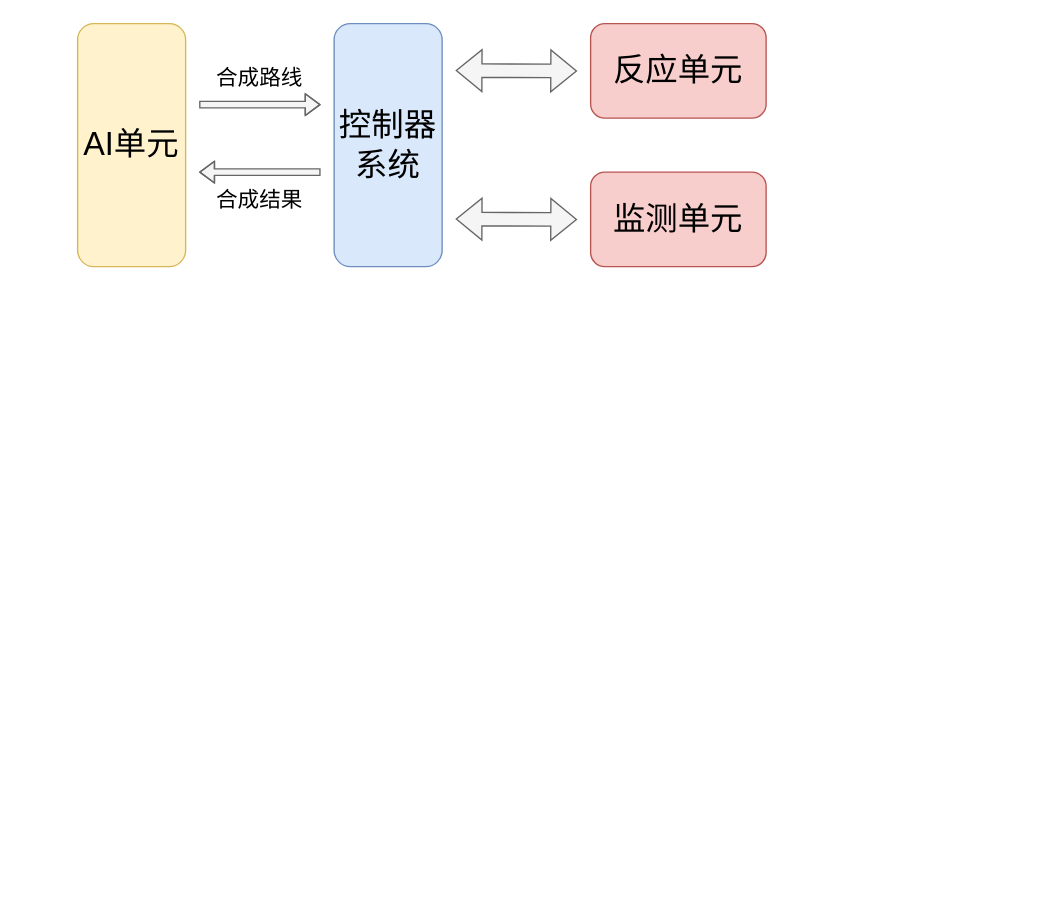
This is 第三章绘图.drawio from madao101/draw, a draw.io file, before an edit. Source tidied: cells renumbered, new cells numbered last; positions are measured from the earlier drawing's top-left corner, leaving out a move shared by most shapes. Both pictures are drawn from the tidied source at 135%, with x=0, y=0 at pixel (77, 23).
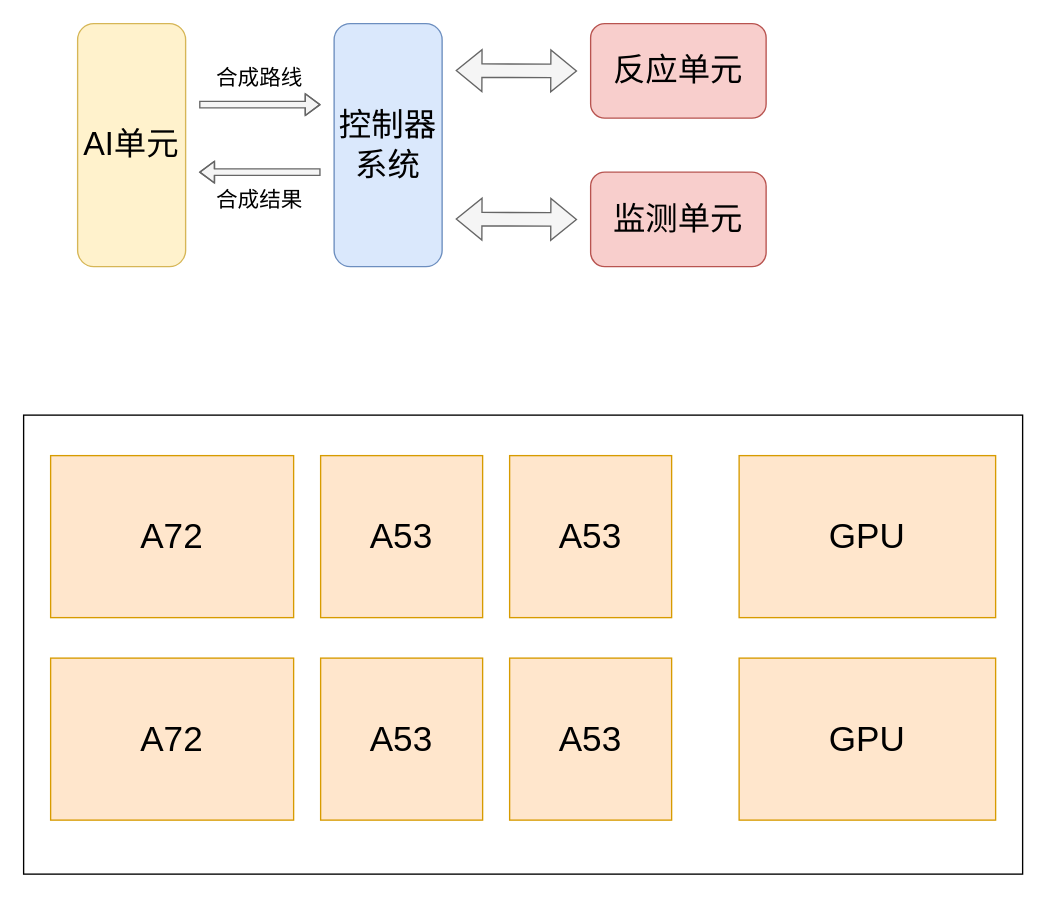
Above is the later version.

Commit message:
更新第三章绘图.drawio

What changed in the source:
```diff
@@
+    <mxCell id="12" style="rounded=0;whiteSpace=wrap;html=1;" parent="1" vertex="1">
+      <mxGeometry x="-40" y="290" width="740" height="340" as="geometry" />
+    </mxCell>
+    <mxCell id="13" value="&lt;font style=&quot;font-size: 26px;&quot;&gt;A72&lt;/font&gt;" style="rounded=0;whiteSpace=wrap;html=1;fillColor=#ffe6cc;strokeColor=#d79b00;" parent="1" vertex="1">
+      <mxGeometry x="-20" y="320" width="180" height="120" as="geometry" />
+    </mxCell>
+    <mxCell id="14" value="&lt;font style=&quot;font-size: 26px;&quot;&gt;A72&lt;/font&gt;" style="rounded=0;whiteSpace=wrap;html=1;fillColor=#ffe6cc;strokeColor=#d79b00;" parent="1" vertex="1">
+      <mxGeometry x="-20" y="470" width="180" height="120" as="geometry" />
+    </mxCell>
+    <mxCell id="15" value="&lt;font style=&quot;font-size: 26px;&quot;&gt;GPU&lt;/font&gt;" style="rounded=0;whiteSpace=wrap;html=1;fillColor=#ffe6cc;strokeColor=#d79b00;" parent="1" vertex="1">
+      <mxGeometry x="490" y="320" width="190" height="120" as="geometry" />
+    </mxCell>
+    <mxCell id="16" value="&lt;font style=&quot;font-size: 26px;&quot;&gt;GPU&lt;/font&gt;" style="rounded=0;whiteSpace=wrap;html=1;fillColor=#ffe6cc;strokeColor=#d79b00;" parent="1" vertex="1">
+      <mxGeometry x="490" y="470" width="190" height="120" as="geometry" />
+    </mxCell>
+    <mxCell id="17" value="&lt;font style=&quot;font-size: 26px;&quot;&gt;A53&lt;/font&gt;" style="rounded=0;whiteSpace=wrap;html=1;fillColor=#ffe6cc;strokeColor=#d79b00;" parent="1" vertex="1">
+      <mxGeometry x="180" y="320" width="120" height="120" as="geometry" />
+    </mxCell>
+    <mxCell id="18" value="&lt;font style=&quot;font-size: 26px;&quot;&gt;A53&lt;/font&gt;" style="rounded=0;whiteSpace=wrap;html=1;fillColor=#ffe6cc;strokeColor=#d79b00;" parent="1" vertex="1">
+      <mxGeometry x="320" y="320" width="120" height="120" as="geometry" />
+    </mxCell>
+    <mxCell id="19" value="&lt;font style=&quot;font-size: 26px;&quot;&gt;A53&lt;/font&gt;" style="rounded=0;whiteSpace=wrap;html=1;fillColor=#ffe6cc;strokeColor=#d79b00;" parent="1" vertex="1">
+      <mxGeometry x="180" y="470" width="120" height="120" as="geometry" />
+    </mxCell>
+    <mxCell id="20" value="&lt;font style=&quot;font-size: 26px;&quot;&gt;A53&lt;/font&gt;" style="rounded=0;whiteSpace=wrap;html=1;fillColor=#ffe6cc;strokeColor=#d79b00;" parent="1" vertex="1">
+      <mxGeometry x="320" y="470" width="120" height="120" as="geometry" />
+    </mxCell>
```
